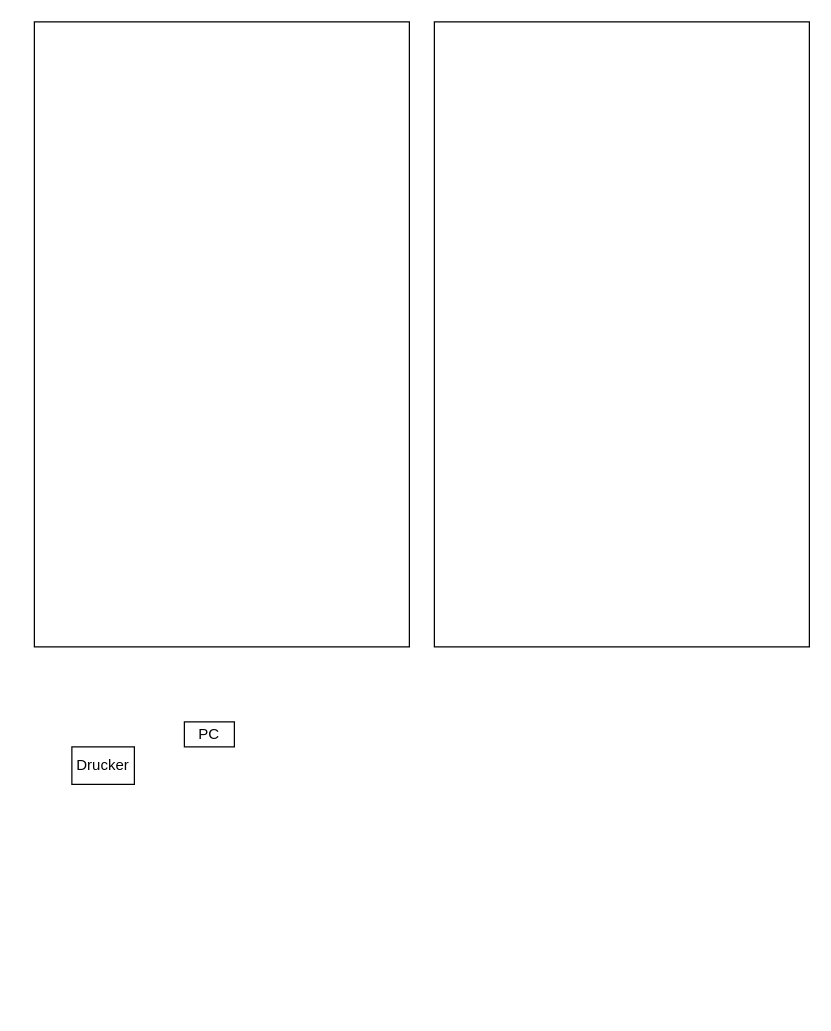
BenLucaHinnerE1FS2T/Projects keeps this draw.io diagram as Unbenanntes Diagramm.drawio. Above is the earlier version. Source tidied: cells renumbered, new cells numbered last; positions are measured from the earlier drawing's top-left corner, leaving out a move shared by most shapes. Both pictures are drawn from the tidied source at 125%, with x=0, y=0 at pixel (34, 21).
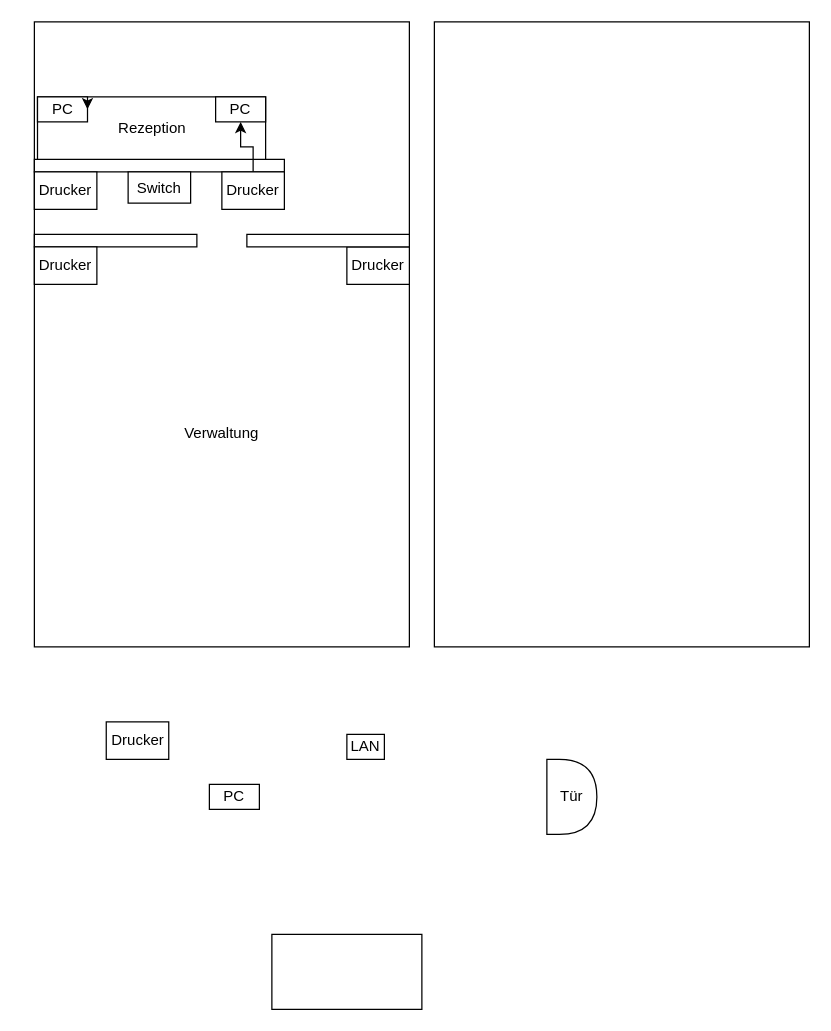
Above is the later version.

Diff of the diagram source:
```diff
@@
-    <mxCell id="2" style="rounded=0;whiteSpace=wrap;html=1;" parent="1" vertex="1">
+    <mxCell id="2" value="&lt;div&gt;&lt;br&gt;&lt;/div&gt;&lt;div&gt;&lt;br&gt;&lt;/div&gt;&lt;div&gt;&lt;br&gt;&lt;/div&gt;&lt;div&gt;&lt;br&gt;&lt;/div&gt;&lt;div&gt;&lt;br&gt;&lt;/div&gt;&lt;div&gt;&lt;br&gt;&lt;/div&gt;&lt;div&gt;&lt;br&gt;&lt;/div&gt;&lt;div&gt;&lt;br&gt;&lt;/div&gt;&lt;div&gt;&lt;br&gt;&lt;/div&gt;&lt;div&gt;&lt;br&gt;&lt;/div&gt;&lt;div&gt;&lt;br&gt;&lt;/div&gt;&lt;div&gt;Verwaltung&lt;br&gt;&lt;/div&gt;" style="rounded=0;whiteSpace=wrap;html=1;" parent="1" vertex="1">
       <mxGeometry width="300" height="500" as="geometry" />
     </mxCell>
@@
     <mxCell id="4" value="Drucker" style="rounded=0;whiteSpace=wrap;html=1;" parent="1" vertex="1">
-      <mxGeometry x="30" y="580" width="50" height="30" as="geometry" />
+      <mxGeometry x="57.5" y="560" width="50" height="30" as="geometry" />
     </mxCell>
-    <mxCell id="5" value="PC" style="rounded=0;whiteSpace=wrap;html=1;" parent="1" vertex="1">
-      <mxGeometry x="120" y="560" width="40" height="20" as="geometry" />
-    </mxCell>
+    <mxCell id="6" value="LAN" style="rounded=0;whiteSpace=wrap;html=1;" parent="1" vertex="1">
+      <mxGeometry x="250" y="570" width="30" height="20" as="geometry" />
+    </mxCell>
+    <mxCell id="7" value="PC" style="rounded=0;whiteSpace=wrap;html=1;" parent="1" vertex="1">
+      <mxGeometry x="140" y="610" width="40" height="20" as="geometry" />
+    </mxCell>
+    <mxCell id="8" value="Drucker" style="rounded=0;whiteSpace=wrap;html=1;" parent="1" vertex="1">
+      <mxGeometry x="250" y="180" width="50" height="30" as="geometry" />
+    </mxCell>
+    <mxCell id="9" style="rounded=0;whiteSpace=wrap;html=1;" parent="1" vertex="1">
+      <mxGeometry x="190" y="730" width="120" height="60" as="geometry" />
+    </mxCell>
+    <mxCell id="10" value="Tür" style="shape=delay;whiteSpace=wrap;html=1;" parent="1" vertex="1">
+      <mxGeometry x="410" y="590" width="40" height="60" as="geometry" />
+    </mxCell>
+    <mxCell id="11" style="rounded=0;whiteSpace=wrap;html=1;" parent="1" vertex="1">
+      <mxGeometry y="170" width="130" height="10" as="geometry" />
+    </mxCell>
+    <mxCell id="12" style="rounded=0;whiteSpace=wrap;html=1;" parent="1" vertex="1">
+      <mxGeometry x="170" y="170" width="130" height="10" as="geometry" />
+    </mxCell>
+    <mxCell id="13" value="Drucker" style="rounded=0;whiteSpace=wrap;html=1;" parent="1" vertex="1">
+      <mxGeometry y="180" width="50" height="30" as="geometry" />
+    </mxCell>
+    <mxCell id="14" style="group;" parent="1" vertex="1">
+      <mxGeometry x="-10" y="60" width="210" height="90" as="geometry" />
+    </mxCell>
+    <mxCell id="15" style="rounded=0;whiteSpace=wrap;html=1;" parent="14" vertex="1">
+      <mxGeometry x="10" y="50" width="200" height="10" as="geometry" />
+    </mxCell>
+    <mxCell id="16" value="Rezeption" style="rounded=0;whiteSpace=wrap;html=1;" parent="14" vertex="1">
+      <mxGeometry x="12.5" width="182.5" height="50" as="geometry" />
+    </mxCell>
+    <mxCell id="17" value="PC" style="rounded=0;whiteSpace=wrap;html=1;" parent="14" vertex="1">
+      <mxGeometry x="12.5" width="40" height="20" as="geometry" />
+    </mxCell>
+    <mxCell id="18" value="PC" style="rounded=0;whiteSpace=wrap;html=1;" parent="14" vertex="1">
+      <mxGeometry x="155" width="40" height="20" as="geometry" />
+    </mxCell>
+    <mxCell id="19" style="edgeStyle=orthogonalEdgeStyle;rounded=0;jettySize=auto;html=1;" parent="14" edge="1" source="20" target="18">
+      <mxGeometry relative="1" as="geometry" />
+    </mxCell>
+    <mxCell id="20" value="Drucker" style="rounded=0;whiteSpace=wrap;html=1;" parent="14" vertex="1">
+      <mxGeometry x="160" y="60" width="50" height="30" as="geometry" />
+    </mxCell>
+    <mxCell id="21" value="Drucker" style="rounded=0;whiteSpace=wrap;html=1;" parent="14" vertex="1">
+      <mxGeometry x="10" y="60" width="50" height="30" as="geometry" />
+    </mxCell>
+    <mxCell id="22" style="edgeStyle=orthogonalEdgeStyle;rounded=0;orthogonalLoop=1;jettySize=auto;html=1;exitX=1;exitY=0.25;exitDx=0;exitDy=0;entryX=1;entryY=0.5;entryDx=0;entryDy=0;" parent="14" edge="1" source="17" target="17">
+      <mxGeometry relative="1" as="geometry" />
+    </mxCell>
+    <mxCell id="23" value="Switch" style="rounded=0;whiteSpace=wrap;html=1;" parent="14" vertex="1">
+      <mxGeometry x="85" y="60" width="50" height="25" as="geometry" />
+    </mxCell>
```
